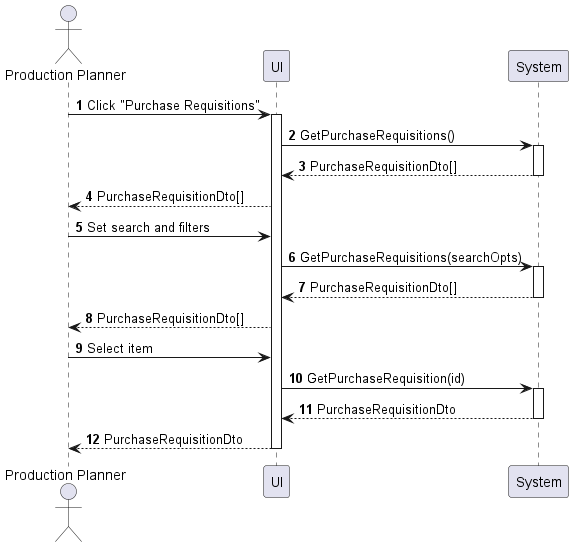
This is sequences/purchase-requisition-view.png from phihungha/scmss-reqs, a PlantUML export, as it was before one commit.
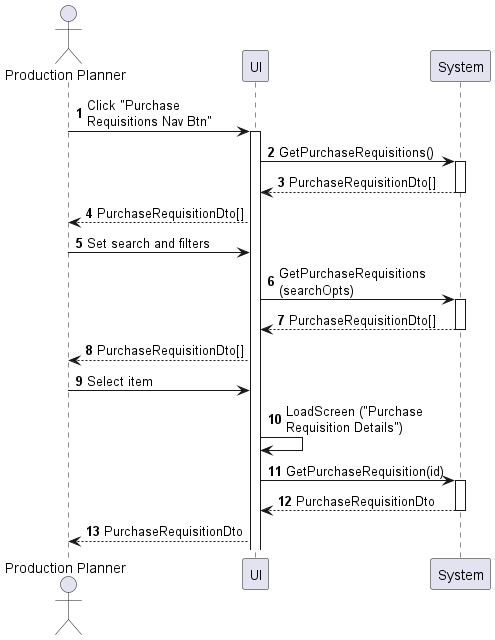
After the commit.

The edit, as a diff of the source:
```diff
@@ -5,20 +5,21 @@
 participant UI as f
 participant System as b
 
-a -> f : Click "Purchase Requisitions"
+a -> f : Click "Purchase\nRequisitions Nav Btn"
 activate f
 f -> b : GetPurchaseRequisitions()
 activate b
 return PurchaseRequisitionDto[]
 f --> a : PurchaseRequisitionDto[]
 a -> f : Set search and filters
-f -> b : GetPurchaseRequisitions(searchOpts)
+f -> b : GetPurchaseRequisitions\n(searchOpts)
 activate b
 return PurchaseRequisitionDto[]
 f --> a : PurchaseRequisitionDto[]
 a -> f : Select item
+f -> f : LoadScreen ("Purchase\nRequisition Details")
 f -> b : GetPurchaseRequisition(id)
 activate b
 return PurchaseRequisitionDto
-return PurchaseRequisitionDto
+f --> a : PurchaseRequisitionDto
 @enduml
```
